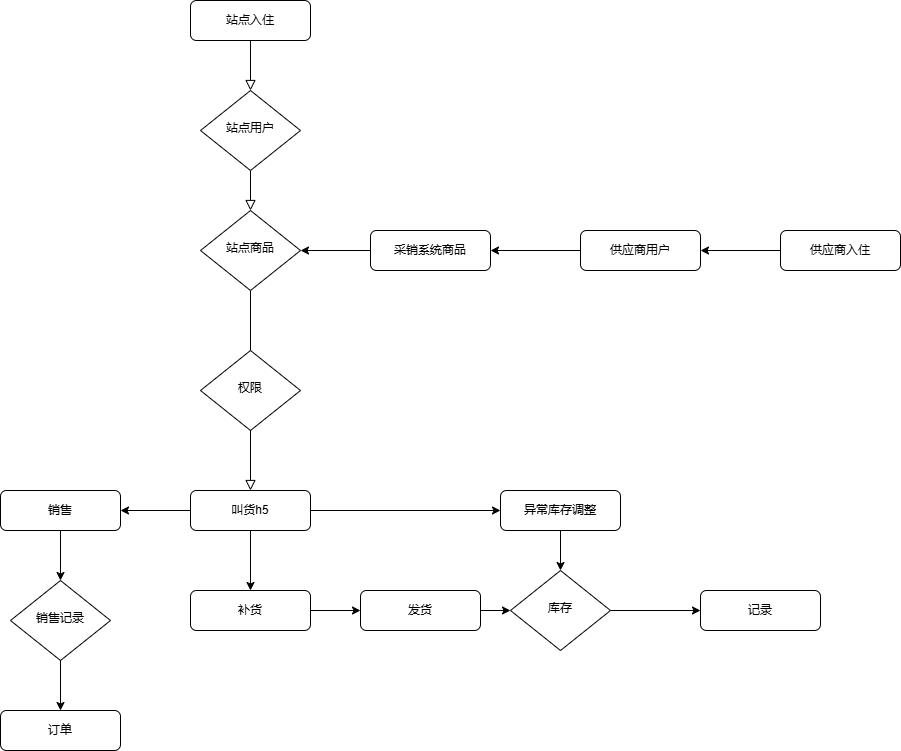
The draw.io diagram 我的.drawio.png in myhopeword/draw, before a commit. Source tidied: cells renumbered, new cells last; positions are measured from the earlier drawing's top-left corner, leaving out a move shared by most shapes.
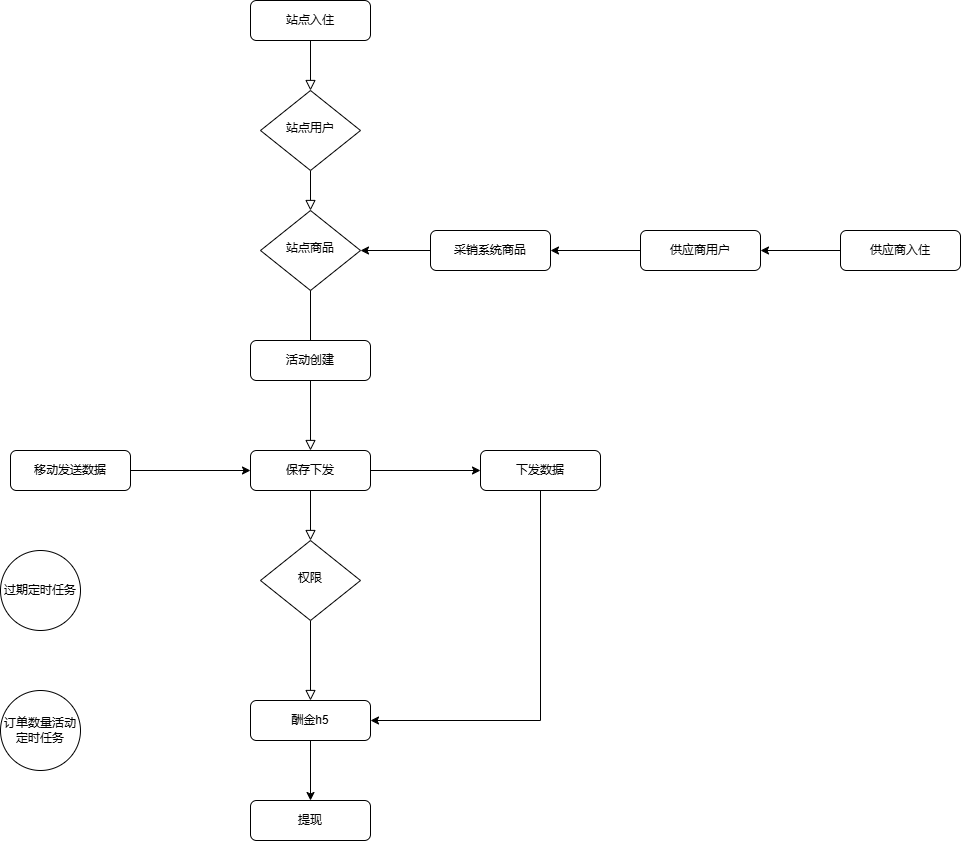
After the change.

Diff of the diagram source:
```diff
@@ -14,7 +14,7 @@
     <mxCell id="5" value="站点用户" style="rhombus;whiteSpace=wrap;html=1;shadow=0;fontFamily=Helvetica;fontSize=12;align=center;strokeWidth=1;spacing=6;spacingTop=-4;" parent="1" vertex="1">
       <mxGeometry x="200" y="90" width="100" height="80" as="geometry" />
     </mxCell>
-    <mxCell id="6" style="rounded=0;html=1;jettySize=auto;fontSize=11;endArrow=block;endFill=0;endSize=8;strokeWidth=1;shadow=0;labelBackgroundColor=none;edgeStyle=orthogonalEdgeStyle;" parent="1" edge="1" source="7" target="11">
+    <mxCell id="6" style="rounded=0;html=1;jettySize=auto;fontSize=11;endArrow=block;endFill=0;endSize=8;strokeWidth=1;shadow=0;labelBackgroundColor=none;edgeStyle=orthogonalEdgeStyle;" parent="1" edge="1" source="25" target="11">
       <mxGeometry x="0.33" y="20" relative="1" as="geometry" />
     </mxCell>
     <mxCell id="7" value="站点商品" style="rhombus;whiteSpace=wrap;html=1;shadow=0;fontFamily=Helvetica;fontSize=12;align=center;strokeWidth=1;spacing=6;spacingTop=-4;" parent="1" vertex="1">
@@ -23,14 +23,8 @@
     <mxCell id="8" style="edgeStyle=orthogonalEdgeStyle;rounded=0;jettySize=auto;html=1;" parent="1" edge="1" source="11" target="17">
       <mxGeometry relative="1" as="geometry" />
     </mxCell>
-    <mxCell id="9" style="edgeStyle=orthogonalEdgeStyle;rounded=0;jettySize=auto;html=1;" parent="1" edge="1" source="11" target="24">
-      <mxGeometry relative="1" as="geometry" />
-    </mxCell>
-    <mxCell id="10" style="edgeStyle=orthogonalEdgeStyle;rounded=0;jettySize=auto;html=1;" parent="1" edge="1" source="11" target="27">
-      <mxGeometry relative="1" as="geometry" />
-    </mxCell>
-    <mxCell id="11" value="叫货h5" style="rounded=1;whiteSpace=wrap;html=1;fontSize=12;glass=0;strokeWidth=1;shadow=0;" parent="1" vertex="1">
-      <mxGeometry x="190" y="490" width="120" height="40" as="geometry" />
+    <mxCell id="11" value="酬金h5" style="rounded=1;whiteSpace=wrap;html=1;fontSize=12;glass=0;strokeWidth=1;shadow=0;" parent="1" vertex="1">
+      <mxGeometry x="190" y="700" width="120" height="40" as="geometry" />
     </mxCell>
     <mxCell id="12" style="edgeStyle=orthogonalEdgeStyle;rounded=0;jettySize=auto;html=1;" parent="1" edge="1" source="13" target="7">
       <mxGeometry relative="1" as="geometry" />
@@ -44,56 +38,54 @@
     <mxCell id="15" value="供应商入住" style="rounded=1;whiteSpace=wrap;html=1;fontSize=12;glass=0;strokeWidth=1;shadow=0;" parent="1" vertex="1">
       <mxGeometry x="780" y="230" width="120" height="40" as="geometry" />
     </mxCell>
-    <mxCell id="16" style="edgeStyle=orthogonalEdgeStyle;rounded=0;jettySize=auto;html=1;" parent="1" edge="1" source="32" target="19">
-      <mxGeometry relative="1" as="geometry" />
-    </mxCell>
-    <mxCell id="17" value="补货" style="rounded=1;whiteSpace=wrap;html=1;fontSize=12;glass=0;strokeWidth=1;shadow=0;" parent="1" vertex="1">
-      <mxGeometry x="190" y="590" width="120" height="40" as="geometry" />
+    <mxCell id="17" value="提现" style="rounded=1;whiteSpace=wrap;html=1;fontSize=12;glass=0;strokeWidth=1;shadow=0;" parent="1" vertex="1">
+      <mxGeometry x="190" y="800" width="120" height="40" as="geometry" />
     </mxCell>
-    <mxCell id="18" style="edgeStyle=orthogonalEdgeStyle;rounded=0;jettySize=auto;html=1;" parent="1" edge="1" source="19" target="20">
-      <mxGeometry relative="1" as="geometry" />
-    </mxCell>
-    <mxCell id="19" value="库存" style="rhombus;whiteSpace=wrap;html=1;shadow=0;fontFamily=Helvetica;fontSize=12;align=center;strokeWidth=1;spacing=6;spacingTop=-4;" parent="1" vertex="1">
-      <mxGeometry x="510" y="570" width="100" height="80" as="geometry" />
-    </mxCell>
-    <mxCell id="20" value="记录" style="rounded=1;whiteSpace=wrap;html=1;fontSize=12;glass=0;strokeWidth=1;shadow=0;" parent="1" vertex="1">
-      <mxGeometry x="700" y="590" width="120" height="40" as="geometry" />
-    </mxCell>
     <mxCell id="21" style="edgeStyle=orthogonalEdgeStyle;rounded=0;jettySize=auto;html=1;" parent="1" edge="1" source="15" target="22">
       <mxGeometry relative="1" as="geometry" />
     </mxCell>
     <mxCell id="22" value="供应商用户" style="rounded=1;whiteSpace=wrap;html=1;fontSize=12;glass=0;strokeWidth=1;shadow=0;" parent="1" vertex="1">
       <mxGeometry x="580" y="230" width="120" height="40" as="geometry" />
     </mxCell>
-    <mxCell id="23" style="edgeStyle=orthogonalEdgeStyle;rounded=0;jettySize=auto;html=1;" parent="1" edge="1" source="24" target="19">
-      <mxGeometry relative="1" as="geometry" />
-    </mxCell>
-    <mxCell id="24" value="异常库存调整" style="rounded=1;whiteSpace=wrap;html=1;fontSize=12;glass=0;strokeWidth=1;shadow=0;" parent="1" vertex="1">
-      <mxGeometry x="500" y="490" width="120" height="40" as="geometry" />
-    </mxCell>
+    <mxCell id="33" style="rounded=0;html=1;jettySize=auto;fontSize=11;endArrow=block;endFill=0;endSize=8;strokeWidth=1;shadow=0;labelBackgroundColor=none;edgeStyle=orthogonalEdgeStyle;" parent="1" edge="1" source="38" target="25">
+      <mxGeometry x="0.33" y="20" relative="1" as="geometry" />
+    </mxCell>
     <mxCell id="25" value="权限" style="rhombus;whiteSpace=wrap;html=1;shadow=0;fontFamily=Helvetica;fontSize=12;align=center;strokeWidth=1;spacing=6;spacingTop=-4;" parent="1" vertex="1">
-      <mxGeometry x="200" y="350" width="100" height="80" as="geometry" />
+      <mxGeometry x="200" y="540" width="100" height="80" as="geometry" />
     </mxCell>
-    <mxCell id="26" style="edgeStyle=orthogonalEdgeStyle;rounded=0;jettySize=auto;html=1;" parent="1" edge="1" source="27" target="29">
-      <mxGeometry relative="1" as="geometry" />
-    </mxCell>
-    <mxCell id="27" value="销售" style="rounded=1;whiteSpace=wrap;html=1;fontSize=12;glass=0;strokeWidth=1;shadow=0;" parent="1" vertex="1">
-      <mxGeometry y="490" width="120" height="40" as="geometry" />
-    </mxCell>
-    <mxCell id="28" style="edgeStyle=orthogonalEdgeStyle;rounded=0;jettySize=auto;html=1;" parent="1" edge="1" source="29" target="30">
-      <mxGeometry relative="1" as="geometry" />
-    </mxCell>
-    <mxCell id="29" value="销售记录" style="rhombus;whiteSpace=wrap;html=1;shadow=0;fontFamily=Helvetica;fontSize=12;align=center;strokeWidth=1;spacing=6;spacingTop=-4;" parent="1" vertex="1">
-      <mxGeometry x="10" y="580" width="100" height="80" as="geometry" />
-    </mxCell>
-    <mxCell id="30" value="订单" style="rounded=1;whiteSpace=wrap;html=1;fontSize=12;glass=0;strokeWidth=1;shadow=0;" parent="1" vertex="1">
-      <mxGeometry y="710" width="120" height="40" as="geometry" />
-    </mxCell>
-    <mxCell id="31" style="edgeStyle=orthogonalEdgeStyle;rounded=0;jettySize=auto;html=1;" parent="1" edge="1" source="17" target="32">
-      <mxGeometry relative="1" as="geometry" />
-    </mxCell>
-    <mxCell id="32" value="发货" style="rounded=1;whiteSpace=wrap;html=1;fontSize=12;glass=0;strokeWidth=1;shadow=0;" parent="1" vertex="1">
-      <mxGeometry x="360" y="590" width="120" height="40" as="geometry" />
-    </mxCell>
+    <mxCell id="34" style="edgeStyle=orthogonalEdgeStyle;rounded=0;jettySize=auto;html=1;" parent="1" edge="1" source="35" target="38">
+      <mxGeometry relative="1" as="geometry" />
+    </mxCell>
+    <mxCell id="35" value="移动发送数据" style="rounded=1;whiteSpace=wrap;html=1;fontSize=12;glass=0;strokeWidth=1;shadow=0;" parent="1" vertex="1">
+      <mxGeometry x="-50" y="450" width="120" height="40" as="geometry" />
+    </mxCell>
+    <mxCell id="36" style="rounded=0;html=1;jettySize=auto;fontSize=11;endArrow=block;endFill=0;endSize=8;strokeWidth=1;shadow=0;labelBackgroundColor=none;edgeStyle=orthogonalEdgeStyle;" parent="1" edge="1" source="7" target="38">
+      <mxGeometry x="0.33" y="20" relative="1" as="geometry" />
+    </mxCell>
+    <mxCell id="37" style="edgeStyle=orthogonalEdgeStyle;rounded=0;jettySize=auto;html=1;" parent="1" edge="1" source="38" target="41">
+      <mxGeometry relative="1" as="geometry" />
+    </mxCell>
+    <mxCell id="38" value="保存下发" style="rounded=1;whiteSpace=wrap;html=1;fontSize=12;glass=0;strokeWidth=1;shadow=0;" parent="1" vertex="1">
+      <mxGeometry x="190" y="450" width="120" height="40" as="geometry" />
+    </mxCell>
+    <mxCell id="39" value="活动创建" style="rounded=1;whiteSpace=wrap;html=1;fontSize=12;glass=0;strokeWidth=1;shadow=0;" parent="1" vertex="1">
+      <mxGeometry x="190" y="340" width="120" height="40" as="geometry" />
+    </mxCell>
+    <mxCell id="40" style="edgeStyle=orthogonalEdgeStyle;rounded=0;jettySize=auto;html=1;entryX=1;entryY=0.5;entryDx=0;entryDy=0;" parent="1" edge="1" source="41" target="11">
+      <mxGeometry relative="1" as="geometry">
+        <Array as="points">
+          <mxPoint x="480" y="720" />
+        </Array>
+      </mxGeometry>
+    </mxCell>
+    <mxCell id="41" value="下发数据" style="rounded=1;whiteSpace=wrap;html=1;fontSize=12;glass=0;strokeWidth=1;shadow=0;" parent="1" vertex="1">
+      <mxGeometry x="420" y="450" width="120" height="40" as="geometry" />
+    </mxCell>
+    <mxCell id="42" value="过期定时任务" style="ellipse;whiteSpace=wrap;html=1;" parent="1" vertex="1">
+      <mxGeometry x="-60" y="550" width="80" height="80" as="geometry" />
+    </mxCell>
+    <mxCell id="43" value="订单数量活动定时任务" style="ellipse;whiteSpace=wrap;html=1;" parent="1" vertex="1">
+      <mxGeometry x="-60" y="690" width="80" height="80" as="geometry" />
+    </mxCell>
   </root>
 </mxGraphModel>
```
